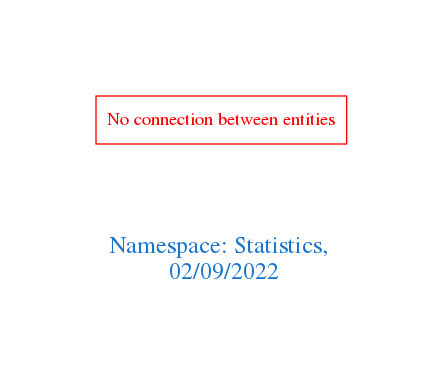
Before: downloads/Statistics.png, a diagram exported from Graphviz (arago/OGIT). Its source is kept beside it as downloads/Statistics.dot.
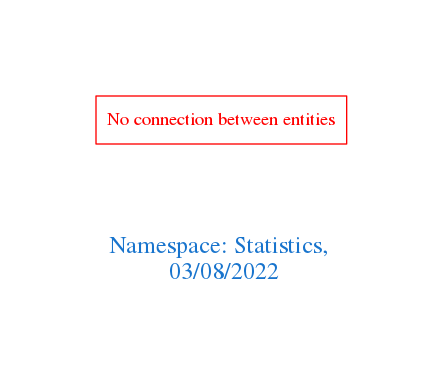
Later version of the same file.

Change to the diagram source:
```diff
@@ -1,7 +1,7 @@
 digraph OGIT_ontology {
  graph [ rankdir= LR,pad=1
 fontsize = 18,
-fontcolor= dodgerblue3,label = "\n\n\nNamespace: Statistics, \n 02/09/2022"];
+fontcolor= dodgerblue3,label = "\n\n\nNamespace: Statistics, \n 03/08/2022"];
 node[shape=polygon];
 edge [  color="gray81"];
 
```
